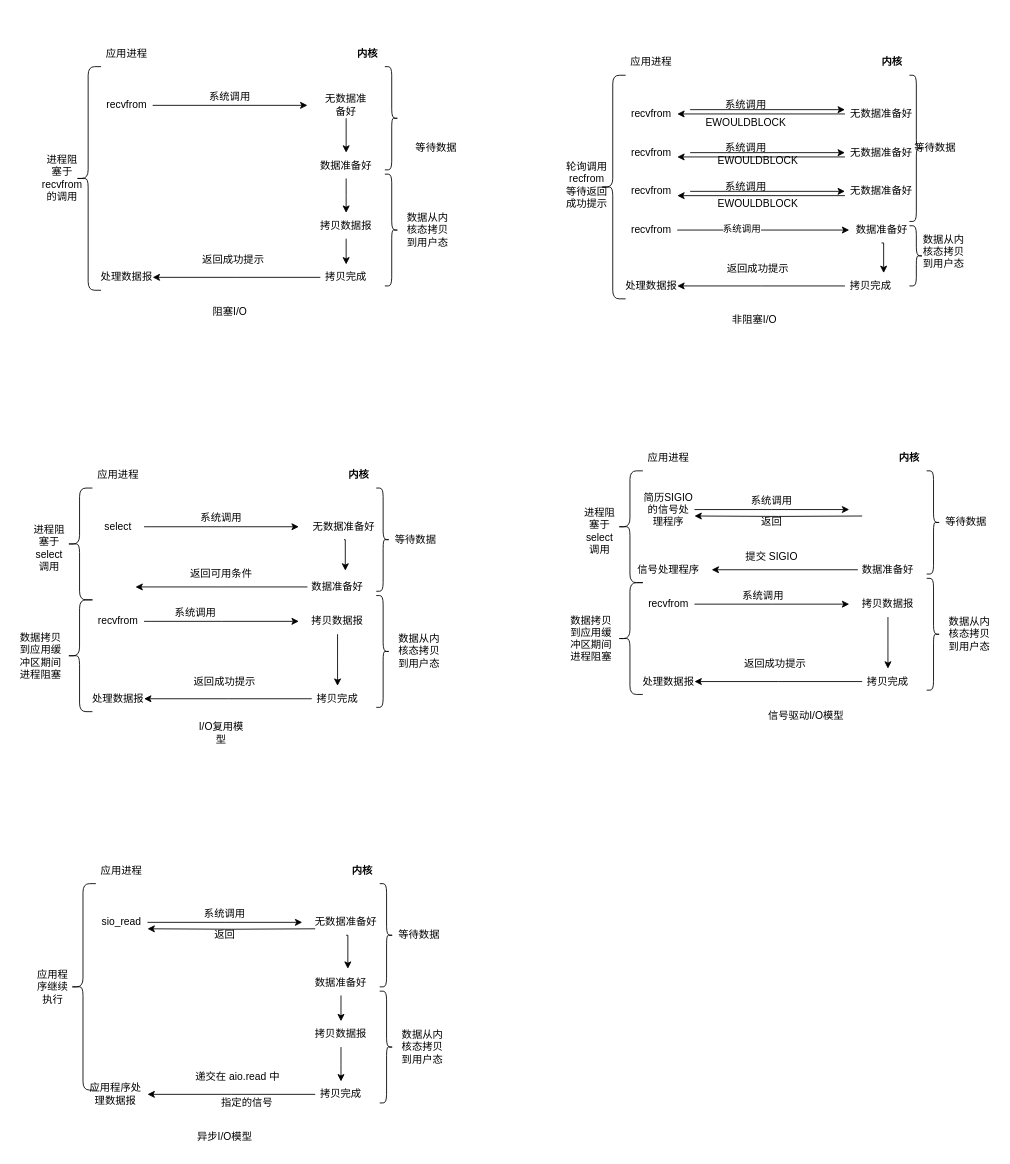
Earlier version of the draw.io diagram io模型.drawio (xilihutufei/my_draw). Source tidied: cells renumbered, new cells numbered last; positions are measured from the earlier drawing's top-left corner, leaving out a move shared by most shapes. Both pictures are drawn from the tidied source at 86%, with x=0, y=0 at pixel (15, 40).
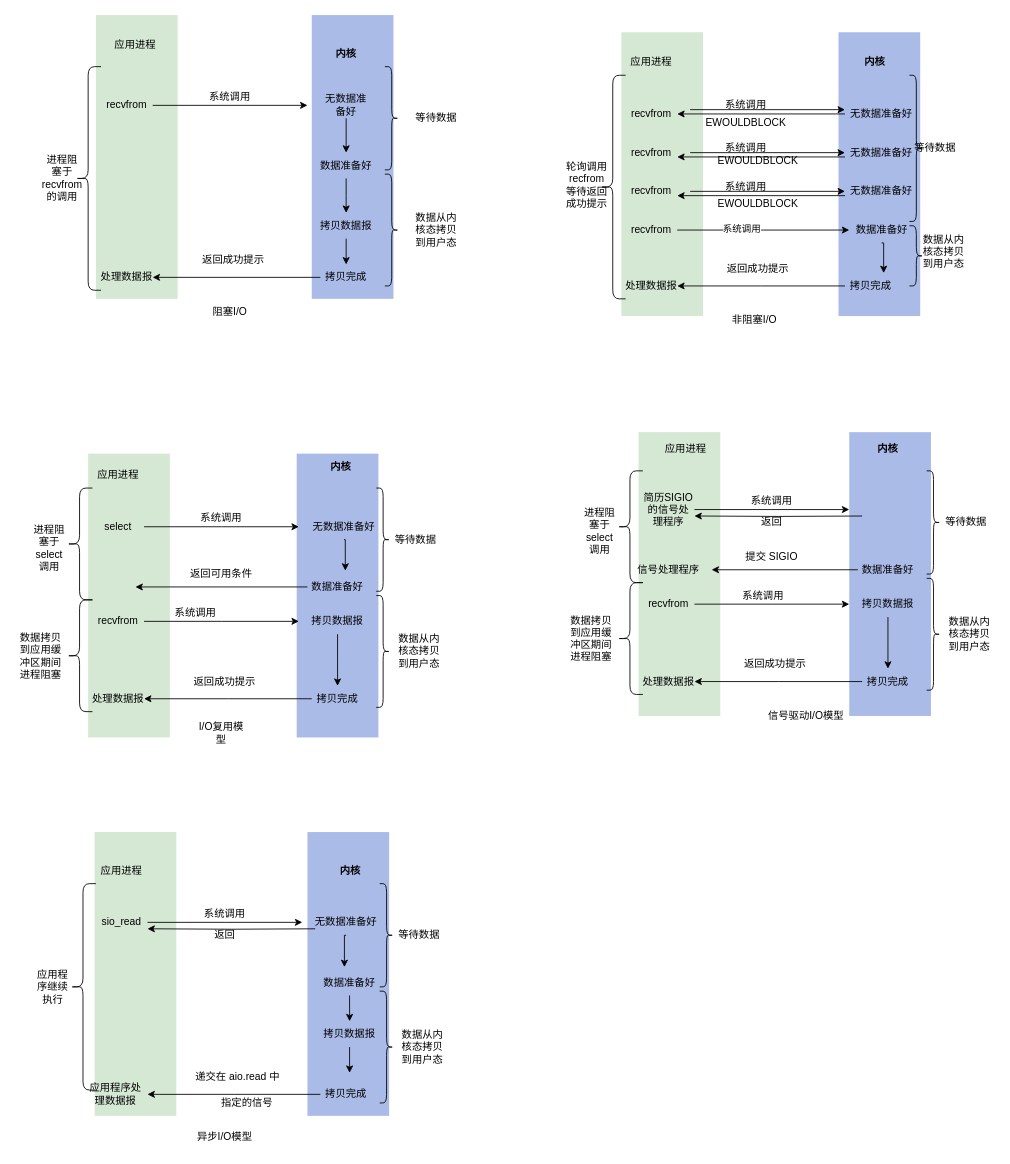
The same page after the edit.

The change refers to these unchanged cells:
```xml
<mxCell id="139" value="无数据准备好" style="text;html=1;whiteSpace=wrap;strokeColor=none;fillColor=none;align=center;verticalAlign=middle;rounded=0;" parent="1" vertex="1">
  <mxGeometry x="340" y="1010" width="90" height="30" as="geometry" />
</mxCell>
```

The edit, as a diff of the source:
```diff
@@
+    <mxCell id="142" style="rounded=0;whiteSpace=wrap;html=1;fillColor=#D5E8D4;strokeColor=none;" parent="1" vertex="1">
+      <mxGeometry x="705" y="-10" width="95" height="330" as="geometry" />
+    </mxCell>
+    <mxCell id="143" style="rounded=0;whiteSpace=wrap;html=1;fillColor=#D5E8D4;strokeColor=none;" parent="1" vertex="1">
+      <mxGeometry x="94" y="-30" width="95" height="330" as="geometry" />
+    </mxCell>
+    <mxCell id="144" style="rounded=0;whiteSpace=wrap;html=1;fillColor=#D5E8D4;strokeColor=none;" parent="1" vertex="1">
+      <mxGeometry x="725" y="455" width="95" height="330" as="geometry" />
+    </mxCell>
+    <mxCell id="145" style="rounded=0;whiteSpace=wrap;html=1;fillColor=#D5E8D4;strokeColor=none;" parent="1" vertex="1">
+      <mxGeometry x="92.5" y="920" width="95" height="330" as="geometry" />
+    </mxCell>
+    <mxCell id="146" style="rounded=0;whiteSpace=wrap;html=1;fillColor=#ABBBE8;strokeColor=none;" parent="1" vertex="1">
+      <mxGeometry x="340" y="920" width="95" height="330" as="geometry" />
+    </mxCell>
+    <mxCell id="147" style="rounded=0;whiteSpace=wrap;html=1;fillColor=#ABBBE8;strokeColor=none;" parent="1" vertex="1">
+      <mxGeometry x="345" y="-30" width="95" height="330" as="geometry" />
+    </mxCell>
+    <mxCell id="148" style="rounded=0;whiteSpace=wrap;html=1;fillColor=#ABBBE8;strokeColor=none;" parent="1" vertex="1">
+      <mxGeometry x="957.5" y="-10" width="95" height="330" as="geometry" />
+    </mxCell>
+    <mxCell id="149" style="rounded=0;whiteSpace=wrap;html=1;fillColor=#ABBBE8;strokeColor=none;" parent="1" vertex="1">
+      <mxGeometry x="970" y="455" width="95" height="330" as="geometry" />
+    </mxCell>
+    <mxCell id="150" style="rounded=0;whiteSpace=wrap;html=1;fillColor=#ABBBE8;strokeColor=none;" parent="1" vertex="1">
+      <mxGeometry x="327.5" y="480" width="95" height="330" as="geometry" />
+    </mxCell>
+    <mxCell id="151" style="rounded=0;whiteSpace=wrap;html=1;fillColor=#D5E8D4;strokeColor=none;" parent="1" vertex="1">
+      <mxGeometry x="85" y="480" width="95" height="330" as="geometry" />
+    </mxCell>
@@
     <mxCell id="4" value="应用进程" style="text;html=1;whiteSpace=wrap;strokeColor=none;fillColor=none;align=center;verticalAlign=middle;rounded=0;" parent="1" vertex="1">
-      <mxGeometry x="100" width="60" height="30" as="geometry" />
+      <mxGeometry x="110" y="-10" width="60" height="30" as="geometry" />
     </mxCell>
@@
     <mxCell id="8" value="内核" style="text;html=1;whiteSpace=wrap;strokeColor=none;fillColor=none;align=center;verticalAlign=middle;rounded=0;fontStyle=1;" parent="1" vertex="1">
-      <mxGeometry x="380" width="60" height="30" as="geometry" />
+      <mxGeometry x="355" width="60" height="30" as="geometry" />
     </mxCell>
@@
     <mxCell id="27" value="内核" style="text;html=1;whiteSpace=wrap;strokeColor=none;fillColor=none;align=center;verticalAlign=middle;rounded=0;fontStyle=1;" parent="1" vertex="1">
-      <mxGeometry x="990" y="10" width="60" height="30" as="geometry" />
+      <mxGeometry x="970" y="10" width="60" height="30" as="geometry" />
     </mxCell>
@@
     <mxCell id="54" value="等待数据" style="text;html=1;whiteSpace=wrap;strokeColor=none;fillColor=none;align=center;verticalAlign=middle;rounded=0;" parent="1" vertex="1">
-      <mxGeometry x="460" y="110" width="60" height="30" as="geometry" />
+      <mxGeometry x="460" y="75" width="60" height="30" as="geometry" />
     </mxCell>
@@
     <mxCell id="56" value="数据从内核态拷贝到用户态" style="text;html=1;whiteSpace=wrap;strokeColor=none;fillColor=none;align=center;verticalAlign=middle;rounded=0;" parent="1" vertex="1">
-      <mxGeometry x="450" y="205" width="60" height="30" as="geometry" />
+      <mxGeometry x="460" y="205" width="60" height="30" as="geometry" />
     </mxCell>
@@
     <mxCell id="66" value="内核" style="text;html=1;whiteSpace=wrap;strokeColor=none;fillColor=none;align=center;verticalAlign=middle;rounded=0;fontStyle=1;" parent="1" vertex="1">
-      <mxGeometry x="370" y="490" width="60" height="30" as="geometry" />
+      <mxGeometry x="349" y="480" width="60" height="30" as="geometry" />
     </mxCell>
@@
     <mxCell id="89" value="应用进程" style="text;html=1;whiteSpace=wrap;strokeColor=none;fillColor=none;align=center;verticalAlign=middle;rounded=0;" parent="1" vertex="1">
-      <mxGeometry x="730" y="470" width="60" height="30" as="geometry" />
+      <mxGeometry x="750" y="460" width="60" height="30" as="geometry" />
     </mxCell>
@@
     <mxCell id="93" value="内核" style="text;html=1;whiteSpace=wrap;strokeColor=none;fillColor=none;align=center;verticalAlign=middle;rounded=0;fontStyle=1;" parent="1" vertex="1">
-      <mxGeometry x="1010" y="470" width="60" height="30" as="geometry" />
+      <mxGeometry x="985" y="460" width="60" height="30" as="geometry" />
     </mxCell>
@@
     <mxCell id="123" value="内核" style="text;html=1;whiteSpace=wrap;strokeColor=none;fillColor=none;align=center;verticalAlign=middle;rounded=0;fontStyle=1;" parent="1" vertex="1">
-      <mxGeometry x="374" y="950" width="60" height="30" as="geometry" />
+      <mxGeometry x="360" y="950" width="60" height="30" as="geometry" />
     </mxCell>
@@
     <mxCell id="126" value="数据准备好" style="text;html=1;whiteSpace=wrap;strokeColor=none;fillColor=none;align=center;verticalAlign=middle;rounded=0;" parent="1" vertex="1">
-      <mxGeometry x="344" y="1080" width="70" height="30" as="geometry" />
+      <mxGeometry x="354" y="1080" width="70" height="30" as="geometry" />
     </mxCell>
-    <mxCell id="127" style="edgeStyle=orthogonalEdgeStyle;rounded=0;jettySize=auto;html=1;exitX=0.5;exitY=1;exitDx=0;exitDy=0;" parent="1" edge="1" source="128">
-      <mxGeometry relative="1" as="geometry">
-        <mxPoint x="379" y="1210" as="targetPoint" />
-      </mxGeometry>
-    </mxCell>
+    <mxCell id="152" style="edgeStyle=orthogonalEdgeStyle;rounded=0;jettySize=auto;html=1;exitX=0.5;exitY=1;exitDx=0;exitDy=0;" parent="1" edge="1" source="128">
+      <mxGeometry relative="1" as="geometry">
+        <mxPoint x="389" y="1200" as="targetPoint" />
+      </mxGeometry>
+    </mxCell>
     <mxCell id="128" value="拷贝数据报" style="text;html=1;whiteSpace=wrap;strokeColor=none;fillColor=none;align=center;verticalAlign=middle;rounded=0;" parent="1" vertex="1">
-      <mxGeometry x="344" y="1140" width="70" height="30" as="geometry" />
+      <mxGeometry x="354" y="1140" width="70" height="30" as="geometry" />
     </mxCell>
@@
     <mxCell id="130" value="拷贝完成" style="text;html=1;whiteSpace=wrap;strokeColor=none;fillColor=none;align=center;verticalAlign=middle;rounded=0;" parent="1" vertex="1">
-      <mxGeometry x="349" y="1210" width="60" height="30" as="geometry" />
+      <mxGeometry x="355" y="1210" width="60" height="30" as="geometry" />
     </mxCell>
@@
+    <mxCell id="141" value="指定的信号" style="text;html=1;whiteSpace=wrap;strokeColor=none;fillColor=none;align=center;verticalAlign=middle;rounded=0;" parent="1" vertex="1">
+      <mxGeometry x="210" y="1220" width="120" height="30" as="geometry" />
+    </mxCell>
-    <mxCell id="140" style="edgeStyle=orthogonalEdgeStyle;rounded=0;jettySize=auto;html=1;exitX=0.5;exitY=1;exitDx=0;exitDy=0;entryX=0.614;entryY=-0.033;entryDx=0;entryDy=0;entryPerimeter=0;" parent="1" edge="1" source="139" target="126">
+    <mxCell id="140" style="edgeStyle=orthogonalEdgeStyle;rounded=0;jettySize=auto;html=1;exitX=0.5;exitY=1;exitDx=0;exitDy=0;entryX=0.414;entryY=-0.1;entryDx=0;entryDy=0;entryPerimeter=0;" parent="1" edge="1" source="139" target="126">
       <mxGeometry relative="1" as="geometry" />
     </mxCell>
-    <mxCell id="141" value="指定的信号" style="text;html=1;whiteSpace=wrap;strokeColor=none;fillColor=none;align=center;verticalAlign=middle;rounded=0;" parent="1" vertex="1">
-      <mxGeometry x="210" y="1220" width="120" height="30" as="geometry" />
-    </mxCell>
```
